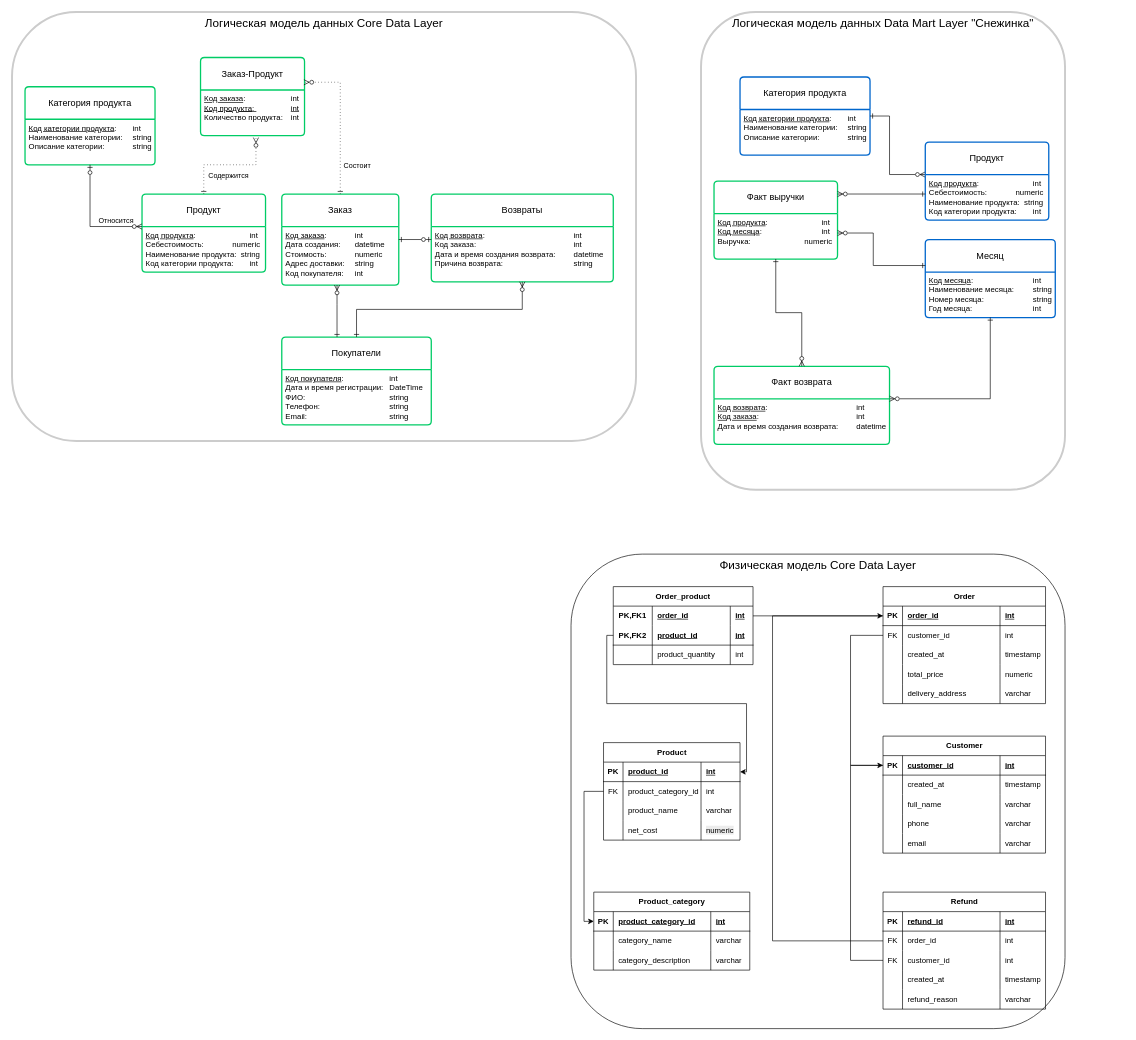
This is PWH-18_HW1.drawio from nik-gorby/PWH-18, a draw.io file, before an edit. Source tidied: cells renumbered, new cells numbered last; positions are measured from the earlier drawing's top-left corner, leaving out a move shared by most shapes. Both pictures are drawn from the tidied source at 65%, with x=0, y=0 at pixel (12, 12).
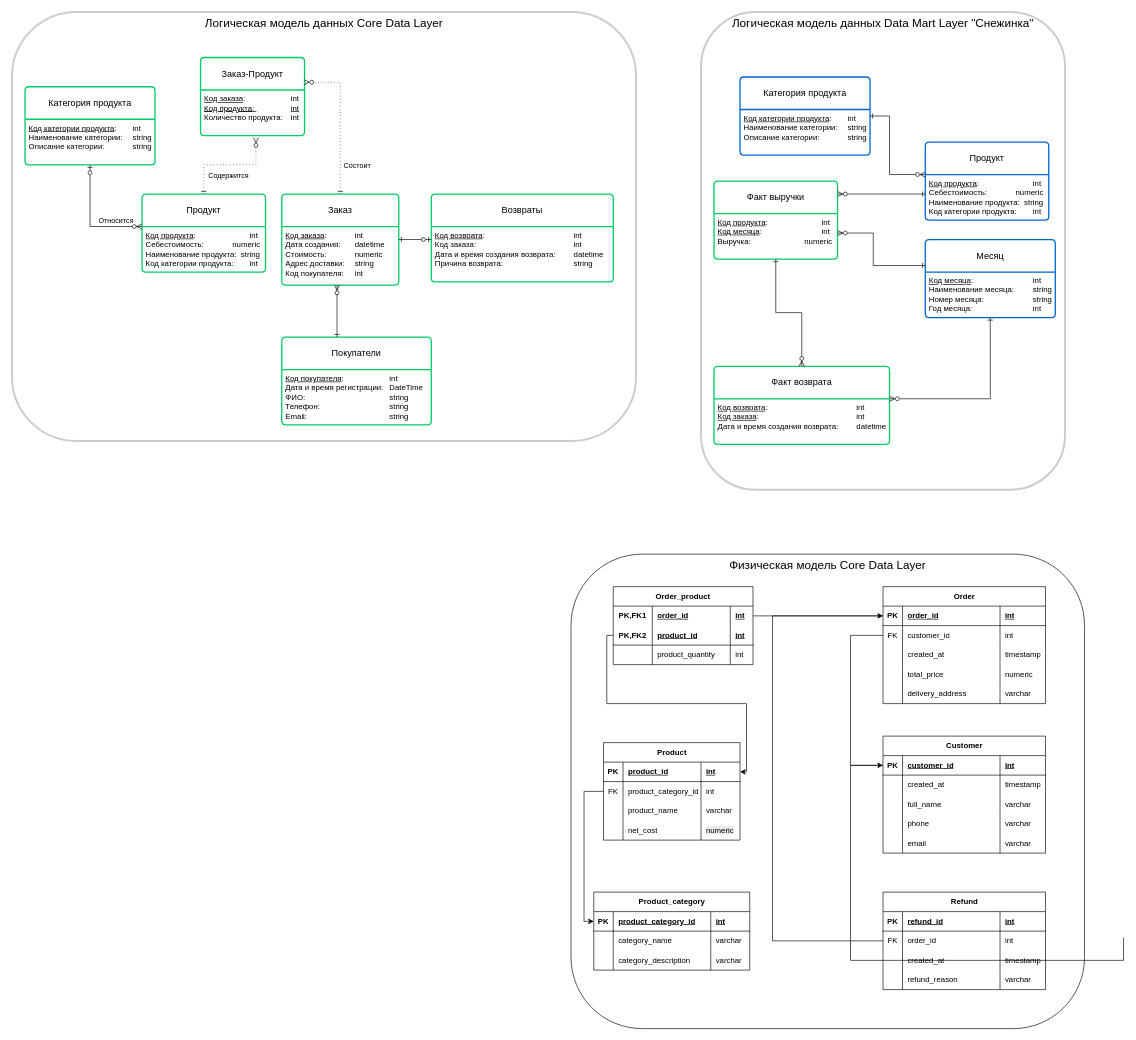
The same page after the edit.

Unchanged cells that the change refers to:
```xml
<mxCell id="30" value="Возвраты" style="swimlane;horizontal=1;startSize=50;rounded=1;fontSize=14;fontStyle=0;strokeWidth=2;shadow=0;dashed=0;align=center;arcSize=4;whiteSpace=wrap;html=1;strokeColor=#00CC66;" parent="1" vertex="1">
  <mxGeometry x="645" y="280" width="280" height="135" as="geometry" />
</mxCell>
<mxCell id="32" value="Покупатели" style="swimlane;horizontal=1;startSize=50;rounded=1;fontSize=14;fontStyle=0;strokeWidth=2;shadow=0;dashed=0;align=center;arcSize=4;whiteSpace=wrap;html=1;strokeColor=#00CC66;" parent="1" vertex="1">
  <mxGeometry x="415" y="500" width="230" height="135" as="geometry" />
</mxCell>
<mxCell id="109" style="shape=tableRow;horizontal=0;startSize=0;swimlaneHead=0;swimlaneBody=0;fillColor=none;points=[[0,0.5],[1,0.5]];portConstraint=eastwest;top=0;left=0;right=0;bottom=1;" parent="108" vertex="1">
  <mxGeometry y="30" width="250" height="30" as="geometry" />
</mxCell>
```

Diff of the diagram source:
```diff
@@
     <mxCell id="2" value="Физическая модель Core Data Layer" style="rounded=1;whiteSpace=wrap;html=1;fillColor=none;fontSize=18;labelPosition=center;verticalLabelPosition=middle;align=center;verticalAlign=top;" parent="1" vertex="1">
-      <mxGeometry x="860" y="834" width="760" height="730" as="geometry" />
+      <mxGeometry x="860" y="834" width="790" height="730" as="geometry" />
     </mxCell>
@@
-    <mxCell id="35" style="edgeStyle=orthogonalEdgeStyle;fontSize=12;html=1;endArrow=ERzeroToMany;endFill=1;rounded=0;startArrow=ERone;startFill=0;" parent="1" edge="1" source="32" target="30">
-      <mxGeometry relative="1" as="geometry" />
-    </mxCell>
@@
     <mxCell id="130" value="Refund" style="shape=table;startSize=30;childLayout=tableLayout;rowLines=0;fontStyle=1;align=center;html=1;" parent="1" vertex="1">
-      <mxGeometry x="1340" y="1354" width="250" height="180" as="geometry" />
+      <mxGeometry x="1340" y="1354" width="250" height="150" as="geometry" />
     </mxCell>
@@
-    <mxCell id="139" style="shape=tableRow;horizontal=0;startSize=0;swimlaneHead=0;swimlaneBody=0;fillColor=none;points=[[0,0.5],[1,0.5]];portConstraint=eastwest;top=0;left=0;right=0;bottom=0;" parent="130" vertex="1">
-      <mxGeometry y="90" width="250" height="30" as="geometry" />
-    </mxCell>
-    <mxCell id="140" value="FK" style="shape=partialRectangle;fillColor=none;top=0;left=0;bottom=0;right=0;overflow=hidden;whiteSpace=wrap;html=1;" parent="139" vertex="1">
-      <mxGeometry width="30" height="30" as="geometry" />
-    </mxCell>
-    <mxCell id="141" value="customer_id" style="shape=partialRectangle;fillColor=none;top=0;left=0;bottom=0;right=0;align=left;spacingLeft=6;overflow=hidden;whiteSpace=wrap;html=1;" parent="139" vertex="1">
-      <mxGeometry x="30" width="150" height="30" as="geometry" />
-    </mxCell>
-    <mxCell id="142" value="int" style="shape=partialRectangle;fillColor=none;top=0;left=0;bottom=0;right=0;align=left;spacingLeft=6;overflow=hidden;whiteSpace=wrap;html=1;" parent="139" vertex="1">
-      <mxGeometry x="180" width="70" height="30" as="geometry" />
-    </mxCell>
     <mxCell id="143" style="shape=tableRow;horizontal=0;startSize=0;swimlaneHead=0;swimlaneBody=0;fillColor=none;top=0;left=0;right=0;bottom=0;" parent="130" vertex="1">
-      <mxGeometry y="120" width="250" height="30" as="geometry" />
+      <mxGeometry y="90" width="250" height="30" as="geometry" />
     </mxCell>
@@
     <mxCell id="147" style="shape=tableRow;horizontal=0;startSize=0;swimlaneHead=0;swimlaneBody=0;fillColor=none;top=0;left=0;right=0;bottom=0;" parent="130" vertex="1">
-      <mxGeometry y="150" width="250" height="30" as="geometry" />
+      <mxGeometry y="120" width="250" height="30" as="geometry" />
     </mxCell>
@@
-    <mxCell id="152" style="endArrow=none;html=1;rounded=0;edgeStyle=orthogonalEdgeStyle;" parent="1" edge="1" source="139" target="109">
+    <mxCell id="152" style="endArrow=none;html=1;rounded=0;edgeStyle=orthogonalEdgeStyle;" parent="1" edge="1" target="109">
       <mxGeometry relative="1" as="geometry">
+        <mxPoint x="1710" y="1424" as="sourcePoint" />
         <Array as="points">
           <mxPoint x="1290" y="1459" />
           <mxPoint x="1290" y="1159" />
         </Array>
       </mxGeometry>
     </mxCell>
```
